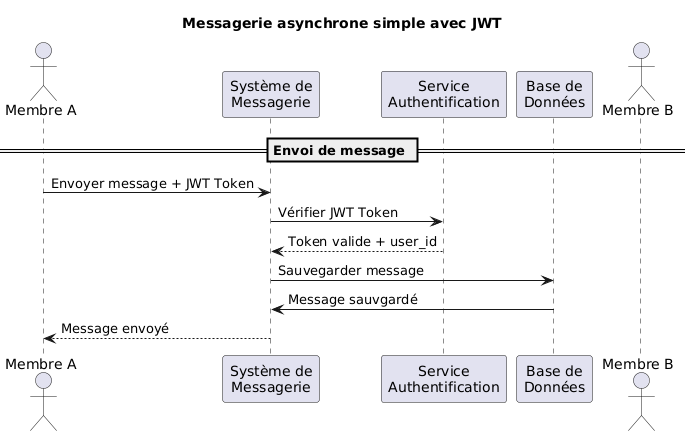
The PlantUML diagram conception/diagrams/sequence_diagram 1.png in LunaireFlare/orizon, before a commit.
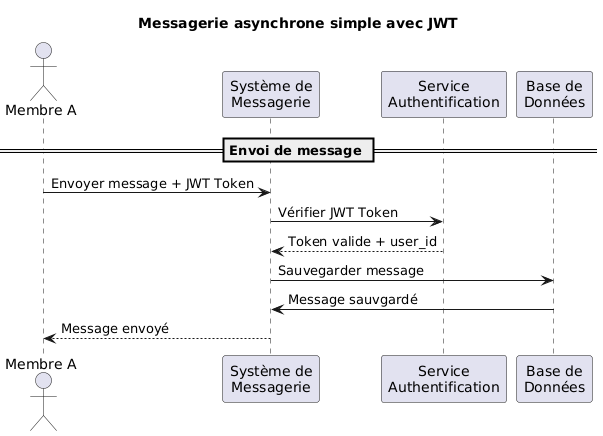
After the commit.

Commit message:
docs. activity & sequence diagram

What changed in the source:
```diff
@@ -5,7 +5,6 @@
 participant "Système de\nMessagerie" as SM
 participant "Service\nAuthentification" as AUTH
 participant "Base de\nDonnées" as BD
-actor "Membre B" as MB
 
 == Envoi de message ==
 MA -> SM : Envoyer message + JWT Token
```
